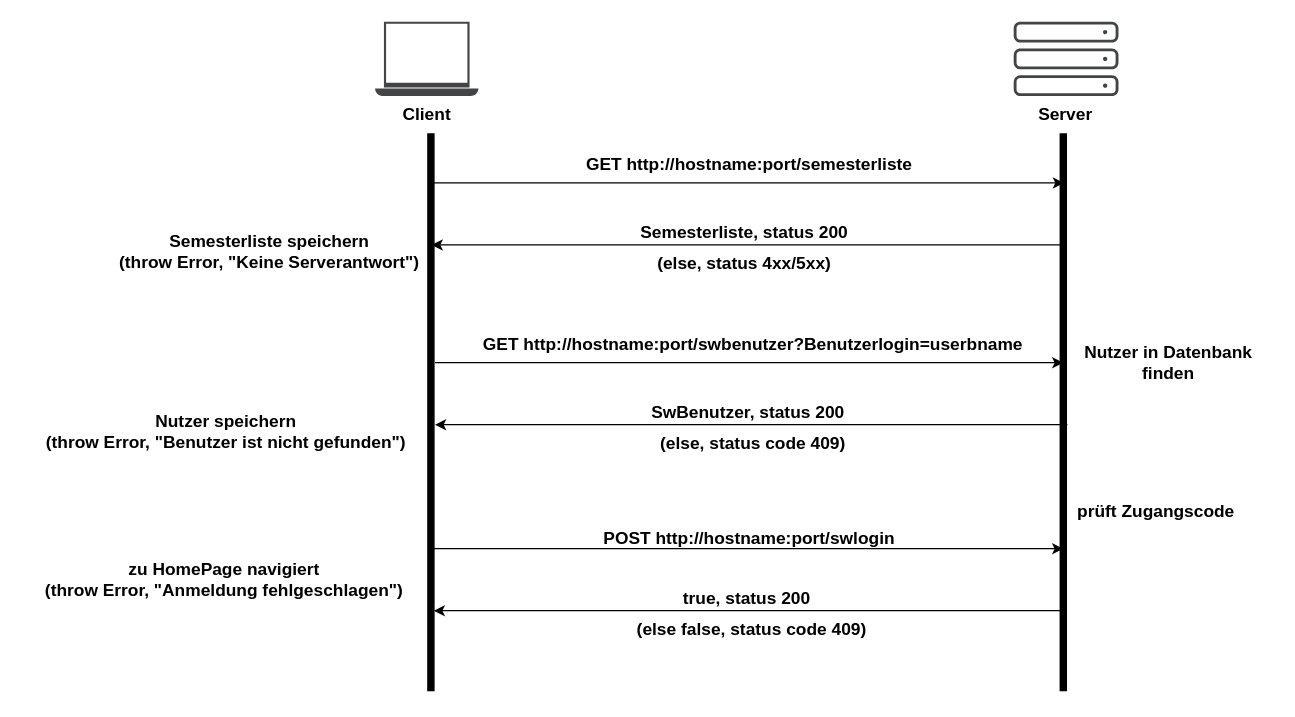
The draw.io diagram page "Login Flow" (1 of 4) of zchartsDIO/charts.dio in hph-nguyen/sw-terminplanung, before the edit. Source tidied: cells renumbered, new cells numbered last; positions are measured from the earlier drawing's top-left corner, leaving out a move shared by most shapes. Both pictures are drawn from the tidied source at 124%, with x=0, y=0 at pixel (21, 21).
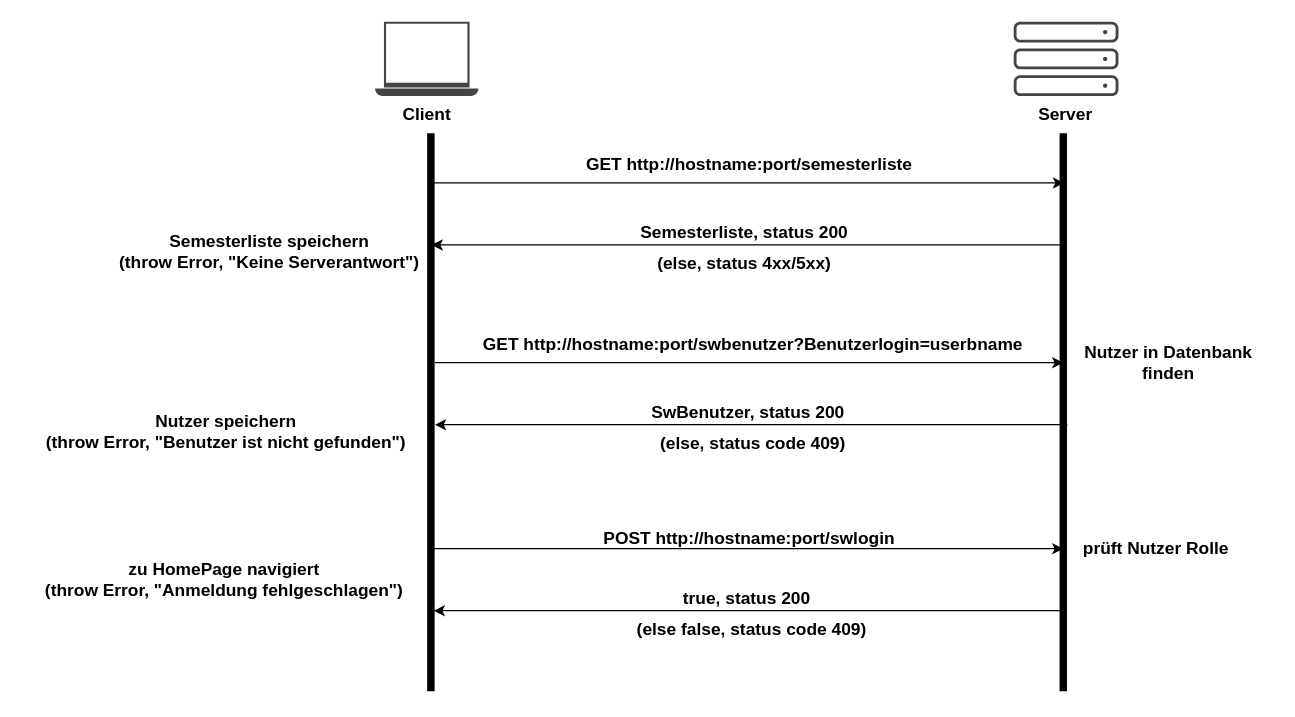
The same diagram, later.

What changed in the source:
```diff
@@
-    <mxCell id="26" value="prüft Zugangscode" style="text;html=1;align=center;verticalAlign=middle;whiteSpace=wrap;rounded=0;fontFamily=Helvetica;fontSize=14;fontColor=default;fontStyle=1;" parent="1" vertex="1">
-      <mxGeometry x="830" y="380" width="170" height="30" as="geometry" />
+    <mxCell id="26" value="prüft Nutzer Rolle" style="text;html=1;align=center;verticalAlign=middle;whiteSpace=wrap;rounded=0;fontFamily=Helvetica;fontSize=14;fontColor=default;fontStyle=1;" parent="1" vertex="1">
+      <mxGeometry x="830" y="410" width="170" height="30" as="geometry" />
     </mxCell>
```
